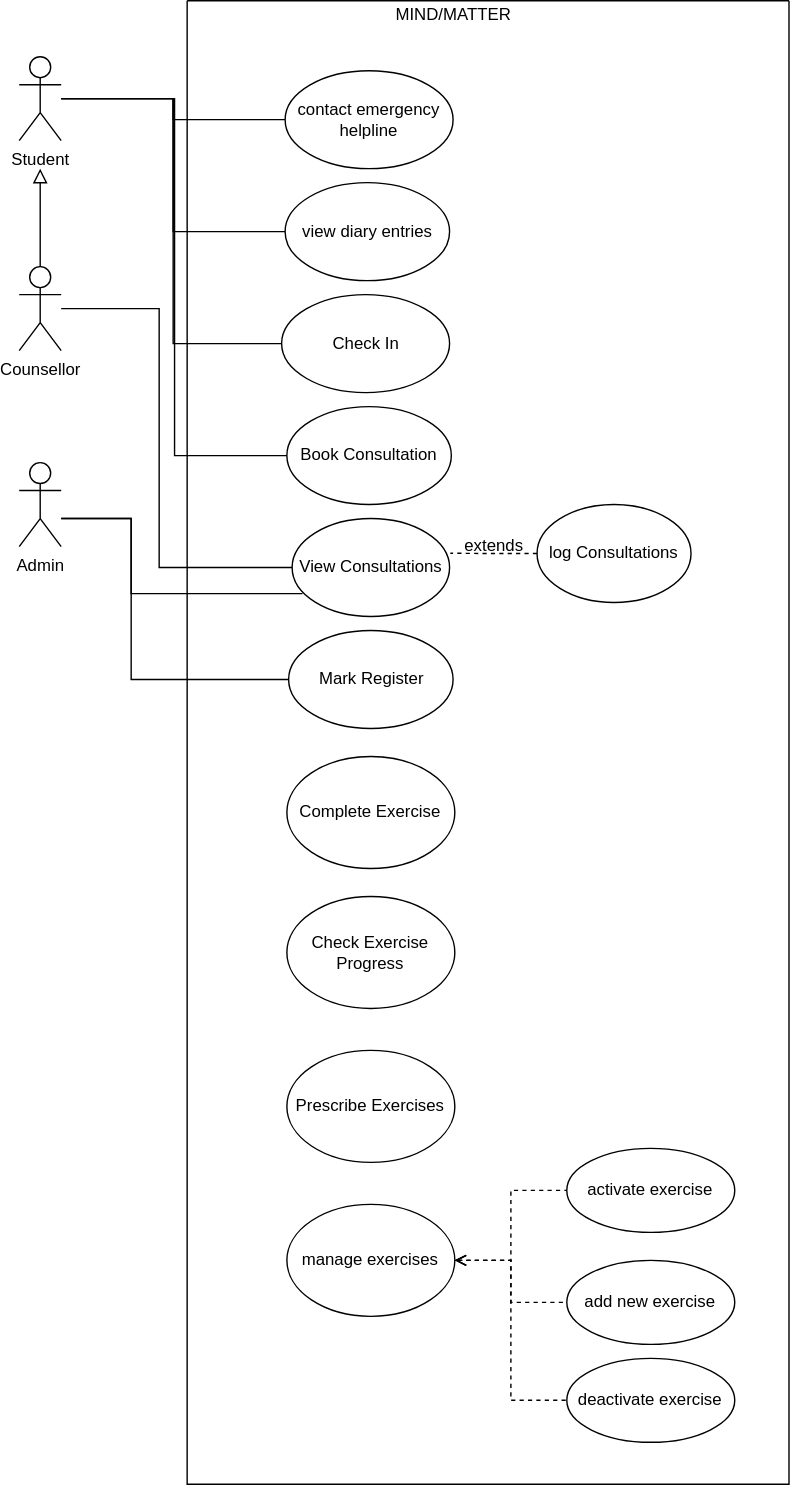
The draw.io diagram mind_over_matter.drawio.svg in PK756/git_test, before a commit. Source tidied: cells renumbered, new cells last; positions are measured from the earlier drawing's top-left corner, leaving out a move shared by most shapes.
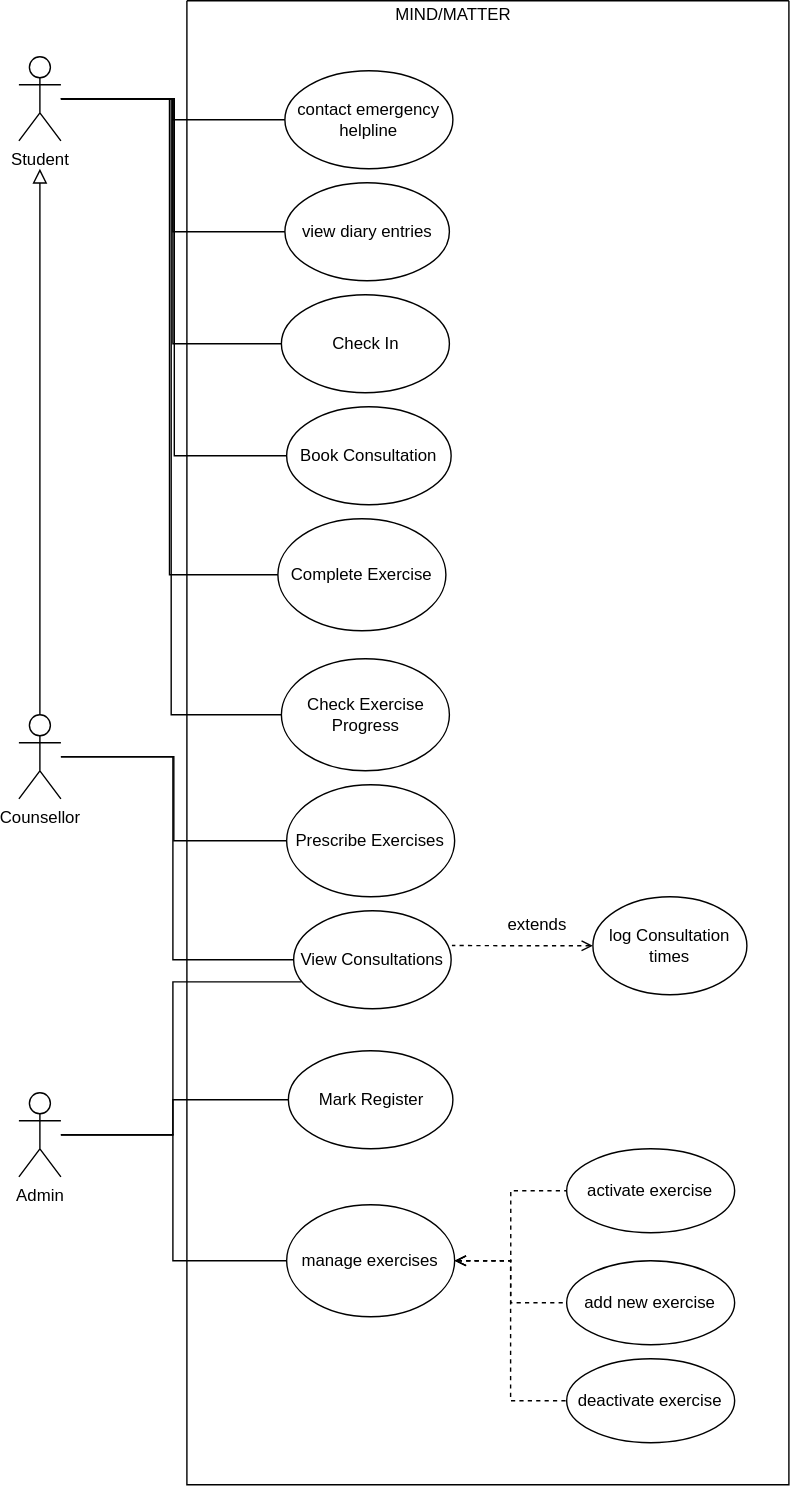
Above is the later version.

Diff of the diagram source:
```diff
@@ -21,31 +21,31 @@
       <mxGeometry x="71.2" y="290" width="117.5" height="70" as="geometry" />
     </mxCell>
     <mxCell id="8" value="View Consultations" style="ellipse;whiteSpace=wrap;html=1;" parent="2" vertex="1">
-      <mxGeometry x="75" y="370" width="112.5" height="70" as="geometry" />
+      <mxGeometry x="76.2" y="650" width="112.5" height="70" as="geometry" />
     </mxCell>
     <mxCell id="9" value="Mark Register" style="ellipse;whiteSpace=wrap;html=1;" parent="2" vertex="1">
-      <mxGeometry x="72.5" y="450" width="117.5" height="70" as="geometry" />
+      <mxGeometry x="72.5" y="750" width="117.5" height="70" as="geometry" />
     </mxCell>
-    <mxCell id="10" style="edgeStyle=orthogonalEdgeStyle;rounded=0;jettySize=auto;html=1;entryX=1.005;entryY=0.354;entryDx=0;entryDy=0;entryPerimeter=0;startArrow=none;startFill=0;endArrow=none;endFill=0;endSize=8;strokeWidth=1;dashed=1;" parent="2" edge="1" source="11" target="8">
+    <mxCell id="10" style="edgeStyle=orthogonalEdgeStyle;rounded=0;jettySize=auto;html=1;entryX=1.005;entryY=0.354;entryDx=0;entryDy=0;entryPerimeter=0;startArrow=open;startFill=0;endArrow=none;endFill=0;endSize=8;strokeWidth=1;dashed=1;" parent="2" edge="1" source="11" target="8">
       <mxGeometry relative="1" as="geometry" />
     </mxCell>
-    <mxCell id="11" value="log Consultations" style="ellipse;whiteSpace=wrap;html=1;" parent="2" vertex="1">
-      <mxGeometry x="250" y="360" width="110" height="70" as="geometry" />
+    <mxCell id="11" value="log Consultation times" style="ellipse;whiteSpace=wrap;html=1;" parent="2" vertex="1">
+      <mxGeometry x="290" y="640" width="110" height="70" as="geometry" />
     </mxCell>
     <mxCell id="12" value="extends" style="text;html=1;align=center;verticalAlign=middle;strokeColor=none;fillColor=none;" parent="2" vertex="1">
-      <mxGeometry x="188.8" y="380" width="60" height="20" as="geometry" />
+      <mxGeometry x="220" y="650" width="60" height="20" as="geometry" />
     </mxCell>
     <mxCell id="13" value="Complete Exercise" style="ellipse;whiteSpace=wrap;html=1;" parent="2" vertex="1">
-      <mxGeometry x="71.2" y="540" width="120" height="80" as="geometry" />
+      <mxGeometry x="65" y="370" width="120" height="80" as="geometry" />
     </mxCell>
     <mxCell id="14" value="Check Exercise Progress" style="ellipse;whiteSpace=wrap;html=1;" parent="2" vertex="1">
-      <mxGeometry x="71.2" y="640" width="120" height="80" as="geometry" />
+      <mxGeometry x="67.5" y="470" width="120" height="80" as="geometry" />
     </mxCell>
     <mxCell id="15" value="manage exercises" style="ellipse;whiteSpace=wrap;html=1;" parent="2" vertex="1">
       <mxGeometry x="71.2" y="860" width="120" height="80" as="geometry" />
     </mxCell>
     <mxCell id="16" value="Prescribe Exercises" style="ellipse;whiteSpace=wrap;html=1;" parent="2" vertex="1">
-      <mxGeometry x="71.2" y="750" width="120" height="80" as="geometry" />
+      <mxGeometry x="71.2" y="560" width="120" height="80" as="geometry" />
     </mxCell>
     <mxCell id="17" value="activate exercise" style="ellipse;whiteSpace=wrap;html=1;" parent="2" vertex="1">
       <mxGeometry x="271.2" y="820" width="120" height="60" as="geometry" />
@@ -92,43 +92,60 @@
         </Array>
       </mxGeometry>
     </mxCell>
+    <mxCell id="34" style="edgeStyle=orthogonalEdgeStyle;rounded=0;jettySize=auto;html=1;entryX=0;entryY=0.5;entryDx=0;entryDy=0;endArrow=none;endFill=0;" parent="1" edge="1" source="27" target="13">
+      <mxGeometry relative="1" as="geometry" />
+    </mxCell>
+    <mxCell id="35" style="edgeStyle=orthogonalEdgeStyle;rounded=0;jettySize=auto;html=1;entryX=0;entryY=0.5;entryDx=0;entryDy=0;endArrow=none;endFill=0;" parent="1" edge="1" source="27" target="14">
+      <mxGeometry relative="1" as="geometry" />
+    </mxCell>
     <mxCell id="27" value="Student" style="shape=umlActor;verticalLabelPosition=bottom;verticalAlign=top;html=1;outlineConnect=0;" parent="1" vertex="1">
       <mxGeometry y="40" width="30" height="60" as="geometry" />
     </mxCell>
+    <mxCell id="29" style="edgeStyle=orthogonalEdgeStyle;rounded=0;jettySize=auto;html=1;endArrow=block;endFill=0;startArrow=none;startFill=0;strokeWidth=1;endSize=8;" parent="1" edge="1" source="30">
+      <mxGeometry relative="1" as="geometry">
+        <mxPoint x="15" y="120" as="targetPoint" />
+      </mxGeometry>
+    </mxCell>
-    <mxCell id="28" style="edgeStyle=orthogonalEdgeStyle;rounded=0;jettySize=auto;html=1;endArrow=none;endFill=0;entryX=0;entryY=0.5;entryDx=0;entryDy=0;" parent="1" edge="1" source="30" target="8">
+    <mxCell id="28" style="edgeStyle=orthogonalEdgeStyle;rounded=0;jettySize=auto;html=1;entryX=0;entryY=0.5;entryDx=0;entryDy=0;endArrow=none;endFill=0;" parent="1" edge="1" source="30" target="8">
       <mxGeometry relative="1" as="geometry">
         <Array as="points">
-          <mxPoint x="100" y="220" />
-          <mxPoint x="100" y="405" />
+          <mxPoint x="110" y="540" />
+          <mxPoint x="110" y="685" />
         </Array>
       </mxGeometry>
     </mxCell>
-    <mxCell id="29" style="edgeStyle=orthogonalEdgeStyle;rounded=0;jettySize=auto;html=1;endArrow=block;endFill=0;startArrow=none;startFill=0;strokeWidth=1;endSize=8;" parent="1" edge="1" source="30">
-      <mxGeometry relative="1" as="geometry">
-        <mxPoint x="15" y="120" as="targetPoint" />
-      </mxGeometry>
-    </mxCell>
+    <mxCell id="36" style="edgeStyle=orthogonalEdgeStyle;rounded=0;jettySize=auto;html=1;entryX=0;entryY=0.5;entryDx=0;entryDy=0;endArrow=none;endFill=0;" parent="1" edge="1" source="30" target="16">
+      <mxGeometry relative="1" as="geometry" />
+    </mxCell>
     <mxCell id="30" value="Counsellor" style="shape=umlActor;verticalLabelPosition=bottom;verticalAlign=top;html=1;outlineConnect=0;" parent="1" vertex="1">
-      <mxGeometry y="190" width="30" height="60" as="geometry" />
+      <mxGeometry y="510" width="30" height="60" as="geometry" />
     </mxCell>
     <mxCell id="31" style="edgeStyle=orthogonalEdgeStyle;rounded=0;jettySize=auto;html=1;entryX=0;entryY=0.5;entryDx=0;entryDy=0;endArrow=none;endFill=0;" parent="1" edge="1" source="33" target="9">
       <mxGeometry relative="1" as="geometry">
         <Array as="points">
-          <mxPoint x="80" y="370" />
-          <mxPoint x="80" y="485" />
+          <mxPoint x="110" y="810" />
+          <mxPoint x="110" y="785" />
         </Array>
       </mxGeometry>
     </mxCell>
+    <mxCell id="37" style="edgeStyle=orthogonalEdgeStyle;rounded=0;jettySize=auto;html=1;entryX=0;entryY=0.5;entryDx=0;entryDy=0;endArrow=none;endFill=0;" parent="1" edge="1" source="33" target="15">
+      <mxGeometry relative="1" as="geometry">
+        <Array as="points">
+          <mxPoint x="110" y="810" />
+          <mxPoint x="110" y="900" />
+        </Array>
+      </mxGeometry>
+    </mxCell>
-    <mxCell id="32" style="edgeStyle=orthogonalEdgeStyle;rounded=0;jettySize=auto;html=1;entryX=0.066;entryY=0.766;entryDx=0;entryDy=0;entryPerimeter=0;startArrow=none;startFill=0;endArrow=none;endFill=0;endSize=8;strokeWidth=1;" parent="1" edge="1" source="33" target="8">
+    <mxCell id="32" style="edgeStyle=orthogonalEdgeStyle;rounded=0;jettySize=auto;html=1;entryX=0.048;entryY=0.725;entryDx=0;entryDy=0;entryPerimeter=0;endArrow=none;endFill=0;" parent="1" edge="1" source="33" target="8">
       <mxGeometry relative="1" as="geometry">
         <Array as="points">
-          <mxPoint x="80" y="370" />
-          <mxPoint x="80" y="424" />
+          <mxPoint x="110" y="810" />
+          <mxPoint x="110" y="701" />
         </Array>
       </mxGeometry>
     </mxCell>
     <mxCell id="33" value="Admin" style="shape=umlActor;verticalLabelPosition=bottom;verticalAlign=top;html=1;outlineConnect=0;" parent="1" vertex="1">
-      <mxGeometry y="330" width="30" height="60" as="geometry" />
+      <mxGeometry y="780" width="30" height="60" as="geometry" />
     </mxCell>
   </root>
 </mxGraphModel>
```
